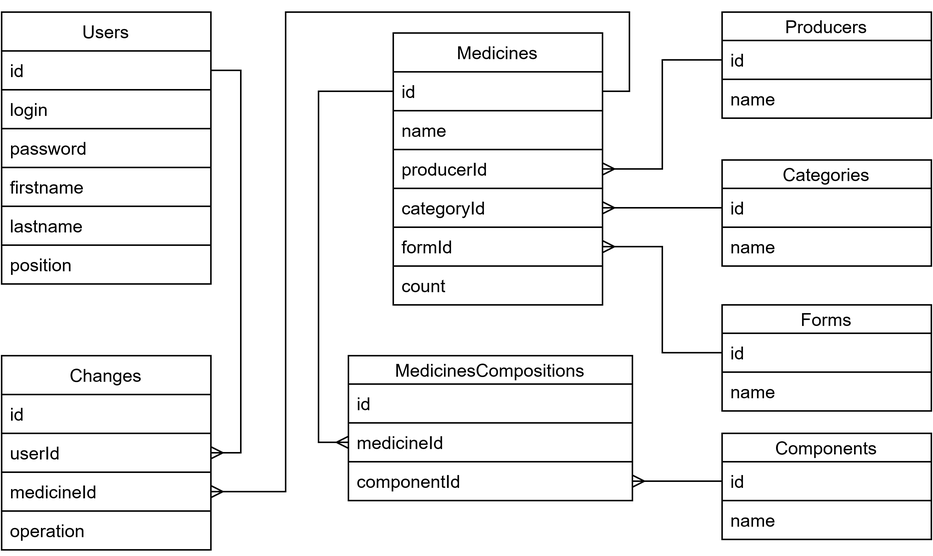
Earlier version of the draw.io export ERM/ERM.png (orekhovskiy/farmacy). Source tidied: cells renumbered, new cells last; positions are measured from the earlier drawing's top-left corner, leaving out a move shared by most shapes.
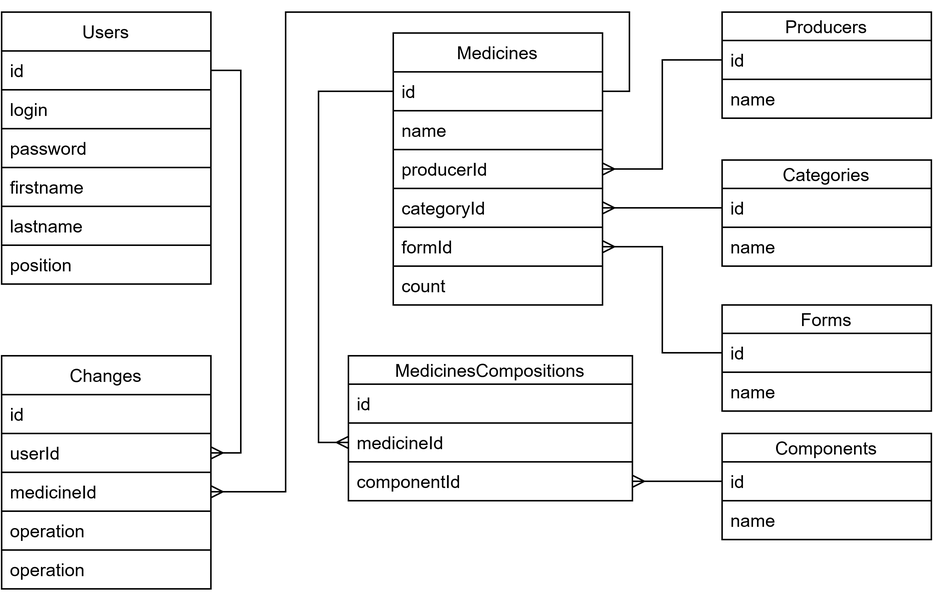
Above is the later version.

The edit, as a diff of the source:
```diff
@@ -3,7 +3,7 @@
     <mxCell id="0" />
     <mxCell id="1" parent="0" />
     <mxCell id="2" value="Changes" style="swimlane;fontStyle=0;horizontal=1;startSize=26;fillColor=none;" parent="1" vertex="1">
-      <mxGeometry y="230" width="140" height="130" as="geometry" />
+      <mxGeometry y="230" width="140" height="156" as="geometry" />
     </mxCell>
     <mxCell id="3" value="id" style="text;strokeColor=#000000;fillColor=none;align=left;verticalAlign=top;spacingLeft=4;spacingRight=4;overflow=hidden;" parent="2" vertex="1">
       <mxGeometry y="26" width="140" height="26" as="geometry" />
@@ -17,6 +17,9 @@
     <mxCell id="6" value="operation" style="text;strokeColor=#000000;fillColor=none;align=left;verticalAlign=top;spacingLeft=4;spacingRight=4;overflow=hidden;" parent="2" vertex="1">
       <mxGeometry y="104" width="140" height="26" as="geometry" />
     </mxCell>
+    <mxCell id="44" value="operation" style="text;strokeColor=#000000;fillColor=none;align=left;verticalAlign=top;spacingLeft=4;spacingRight=4;overflow=hidden;" parent="2" vertex="1">
+      <mxGeometry y="130" width="140" height="26" as="geometry" />
+    </mxCell>
     <mxCell id="7" value="Medicines" style="swimlane;fontStyle=0;horizontal=1;startSize=26;fillColor=none;" parent="1" vertex="1">
       <mxGeometry x="262" y="14" width="140" height="182" as="geometry" />
     </mxCell>
```
